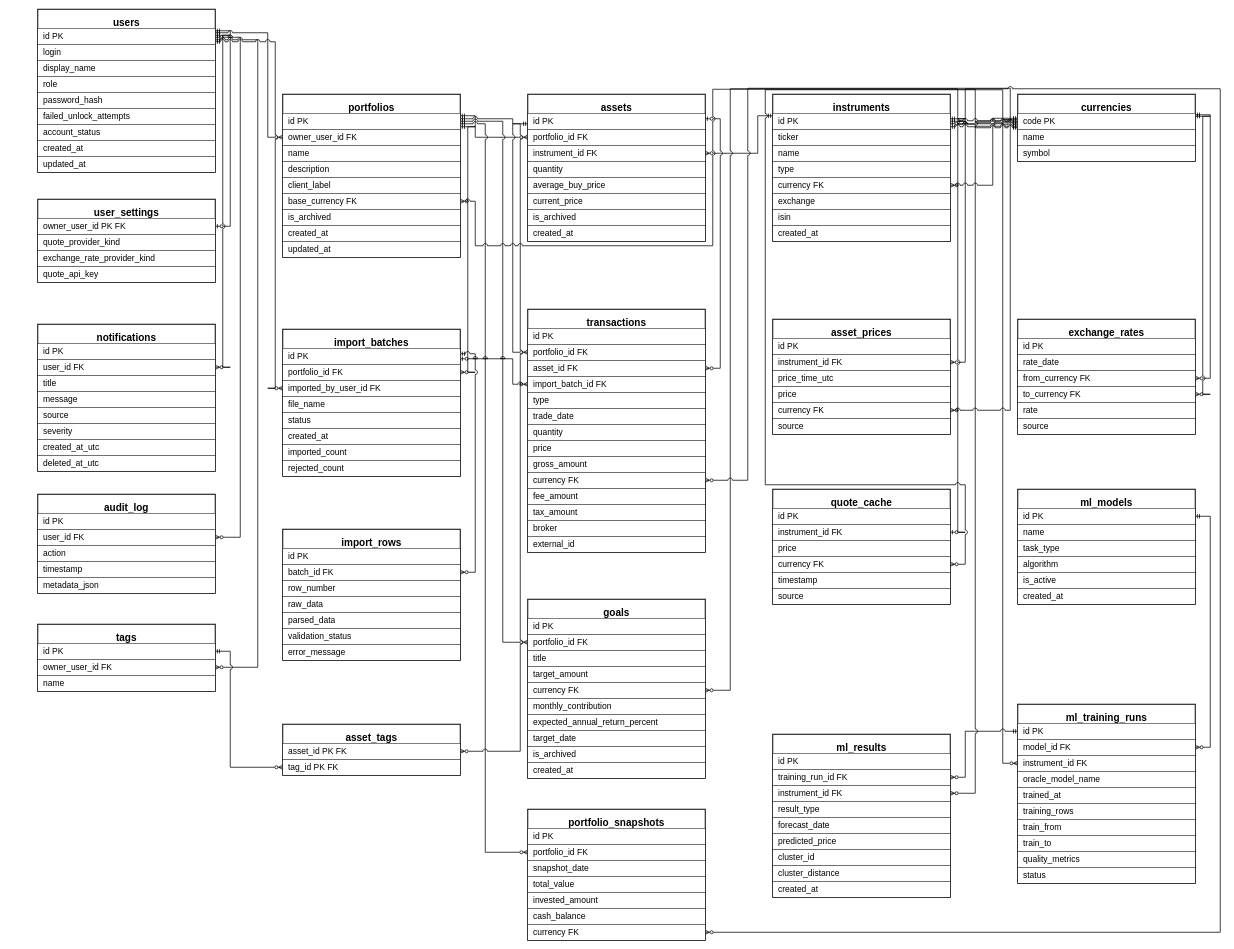
Earlier version of the draw.io diagram docs/spec/er-model.drawio (euphoo-01/proxima). Source tidied: cells renumbered, new cells numbered last; positions are measured from the earlier drawing's top-left corner, leaving out a move shared by most shapes. Both pictures are drawn from the tidied source at 50%, with x=0, y=0 at pixel (38, 9).
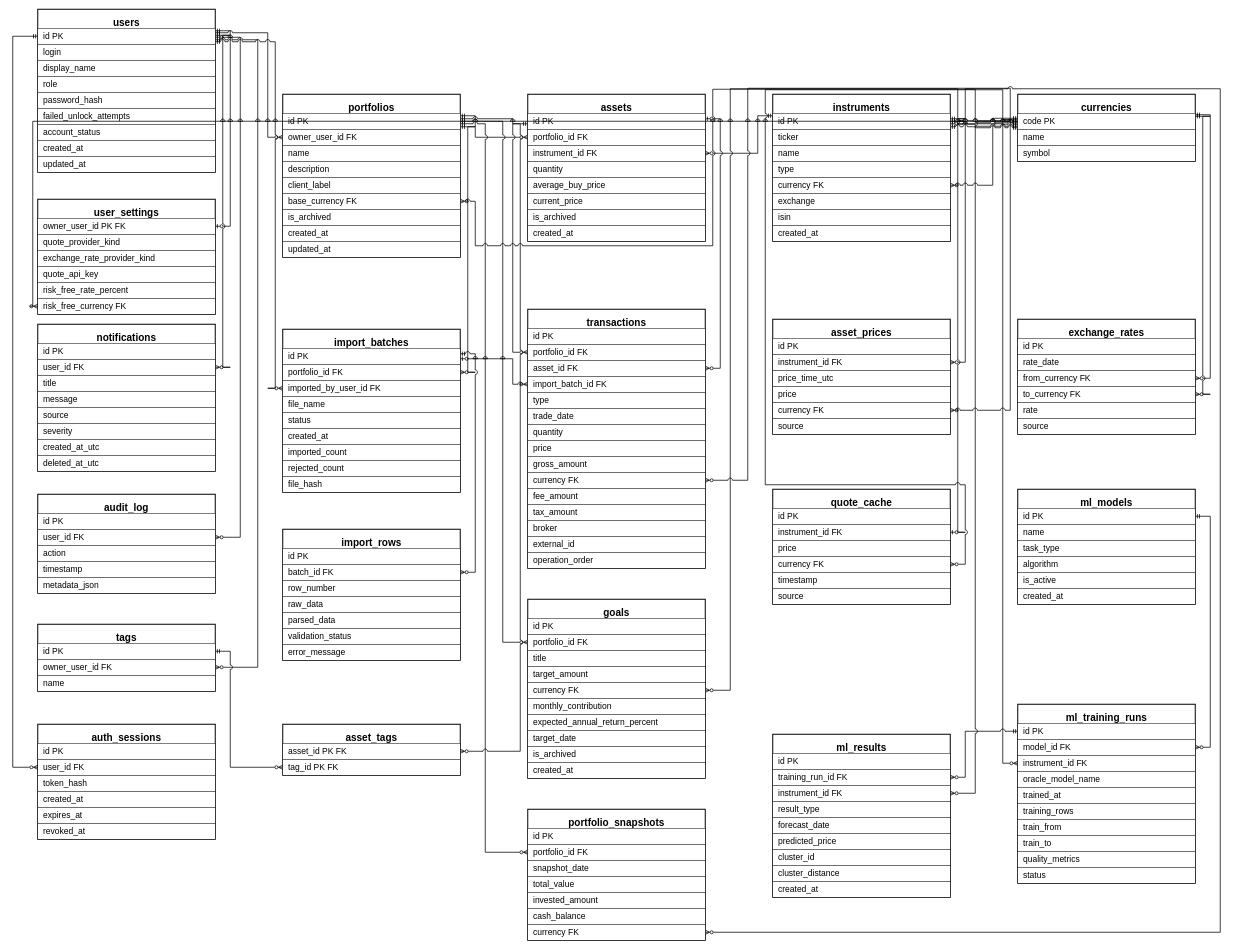
After the change.

Unchanged cells that the change refers to:
```xml
<mxCell id="35" value="id  PK" style="rounded=0;whiteSpace=wrap;html=0;fillColor=#ffffff;strokeColor=#000000;strokeWidth=1;fontSize=17;align=left;spacingLeft=9;verticalAlign=middle;" parent="34" vertex="1">
  <mxGeometry y="38" width="355" height="32" as="geometry" />
</mxCell>
<mxCell id="175" value="code  PK" style="rounded=0;whiteSpace=wrap;html=0;fillColor=#ffffff;strokeColor=#000000;strokeWidth=1;fontSize=17;align=left;spacingLeft=9;verticalAlign=middle;" parent="174" vertex="1">
  <mxGeometry y="38" width="355" height="32" as="geometry" />
</mxCell>
```

Change to the diagram source:
```diff
@@
     <mxCell id="44" value="user_settings" style="rounded=0;whiteSpace=wrap;html=0;fillColor=#ffffff;strokeColor=#000000;strokeWidth=2;fontStyle=1;fontSize=20;align=center;verticalAlign=top;spacingTop=8;" parent="1" vertex="1">
-      <mxGeometry y="380" width="355" height="166" as="geometry" />
+      <mxGeometry y="380" width="355" height="230" as="geometry" />
     </mxCell>
@@
     <mxCell id="78" value="import_batches" style="rounded=0;whiteSpace=wrap;html=0;fillColor=#ffffff;strokeColor=#000000;strokeWidth=2;fontStyle=1;fontSize=20;align=center;verticalAlign=top;spacingTop=8;" parent="1" vertex="1">
-      <mxGeometry x="490" y="640" width="355" height="294" as="geometry" />
+      <mxGeometry x="490" y="640" width="355" height="326" as="geometry" />
     </mxCell>
@@
     <mxCell id="107" value="transactions" style="rounded=0;whiteSpace=wrap;html=0;fillColor=#ffffff;strokeColor=#000000;strokeWidth=2;fontStyle=1;fontSize=20;align=center;verticalAlign=top;spacingTop=8;" parent="1" vertex="1">
-      <mxGeometry x="980" y="600" width="355" height="486" as="geometry" />
+      <mxGeometry x="980" y="600" width="355" height="518" as="geometry" />
     </mxCell>
@@
+    <mxCell id="203" value="auth_sessions" style="rounded=0;whiteSpace=wrap;html=0;fillColor=#ffffff;strokeColor=#000000;strokeWidth=2;fontStyle=1;fontSize=20;align=center;verticalAlign=top;spacingTop=8;" parent="1" vertex="1">
+      <mxGeometry y="1430" width="355" height="230" as="geometry" />
+    </mxCell>
+    <mxCell id="204" value="id  PK" style="rounded=0;whiteSpace=wrap;html=0;fillColor=#ffffff;strokeColor=#000000;strokeWidth=1;fontSize=17;align=left;spacingLeft=9;verticalAlign=middle;" parent="203" vertex="1">
+      <mxGeometry y="38" width="355" height="32" as="geometry" />
+    </mxCell>
+    <mxCell id="205" value="user_id  FK" style="rounded=0;whiteSpace=wrap;html=0;fillColor=#ffffff;strokeColor=#000000;strokeWidth=1;fontSize=17;align=left;spacingLeft=9;verticalAlign=middle;" parent="203" vertex="1">
+      <mxGeometry y="70" width="355" height="32" as="geometry" />
+    </mxCell>
+    <mxCell id="206" value="token_hash" style="rounded=0;whiteSpace=wrap;html=0;fillColor=#ffffff;strokeColor=#000000;strokeWidth=1;fontSize=17;align=left;spacingLeft=9;verticalAlign=middle;" parent="203" vertex="1">
+      <mxGeometry y="102" width="355" height="32" as="geometry" />
+    </mxCell>
+    <mxCell id="207" value="created_at" style="rounded=0;whiteSpace=wrap;html=0;fillColor=#ffffff;strokeColor=#000000;strokeWidth=1;fontSize=17;align=left;spacingLeft=9;verticalAlign=middle;" parent="203" vertex="1">
+      <mxGeometry y="134" width="355" height="32" as="geometry" />
+    </mxCell>
+    <mxCell id="208" value="expires_at" style="rounded=0;whiteSpace=wrap;html=0;fillColor=#ffffff;strokeColor=#000000;strokeWidth=1;fontSize=17;align=left;spacingLeft=9;verticalAlign=middle;" parent="203" vertex="1">
+      <mxGeometry y="166" width="355" height="32" as="geometry" />
+    </mxCell>
+    <mxCell id="209" value="revoked_at" style="rounded=0;whiteSpace=wrap;html=0;fillColor=#ffffff;strokeColor=#000000;strokeWidth=1;fontSize=17;align=left;spacingLeft=9;verticalAlign=middle;" parent="203" vertex="1">
+      <mxGeometry y="198" width="355" height="32" as="geometry" />
+    </mxCell>
+    <mxCell id="210" style="edgeStyle=orthogonalEdgeStyle;rounded=0;html=1;strokeColor=#000000;strokeWidth=1.5;startArrow=ERmandOne;startFill=0;endArrow=ERzeroToMany;endFill=0;jumpStyle=arc;jumpSize=8;exitX=0;exitY=0.5;entryX=0;entryY=0.5;" parent="1" edge="1" source="35" target="205">
+      <mxGeometry relative="1" as="geometry">
+        <Array as="points">
+          <mxPoint x="-50" y="54" />
+          <mxPoint x="-50" y="1516" />
+        </Array>
+      </mxGeometry>
+    </mxCell>
+    <mxCell id="211" value="risk_free_rate_percent" style="rounded=0;whiteSpace=wrap;html=0;fillColor=#ffffff;strokeColor=#000000;strokeWidth=1;fontSize=17;align=left;spacingLeft=9;verticalAlign=middle;" parent="44" vertex="1">
+      <mxGeometry y="166" width="355" height="32" as="geometry" />
+    </mxCell>
+    <mxCell id="212" value="risk_free_currency  FK" style="rounded=0;whiteSpace=wrap;html=0;fillColor=#ffffff;strokeColor=#000000;strokeWidth=1;fontSize=17;align=left;spacingLeft=9;verticalAlign=middle;" parent="44" vertex="1">
+      <mxGeometry y="198" width="355" height="32" as="geometry" />
+    </mxCell>
+    <mxCell id="213" value="file_hash" style="rounded=0;whiteSpace=wrap;html=0;fillColor=#ffffff;strokeColor=#000000;strokeWidth=1;fontSize=17;align=left;spacingLeft=9;verticalAlign=middle;" parent="78" vertex="1">
+      <mxGeometry y="294" width="355" height="32" as="geometry" />
+    </mxCell>
+    <mxCell id="214" value="operation_order" style="rounded=0;whiteSpace=wrap;html=0;fillColor=#ffffff;strokeColor=#000000;strokeWidth=1;fontSize=17;align=left;spacingLeft=9;verticalAlign=middle;" parent="107" vertex="1">
+      <mxGeometry y="486" width="355" height="32" as="geometry" />
+    </mxCell>
+    <mxCell id="215" style="edgeStyle=orthogonalEdgeStyle;rounded=0;html=1;strokeColor=#000000;strokeWidth=1.5;startArrow=ERzeroToOne;startFill=0;endArrow=ERzeroToMany;endFill=0;jumpStyle=arc;jumpSize=8;exitX=0;exitY=0.5;entryX=0;entryY=0.5;" parent="1" edge="1" source="175" target="212">
+      <mxGeometry relative="1" as="geometry" />
+    </mxCell>
```
